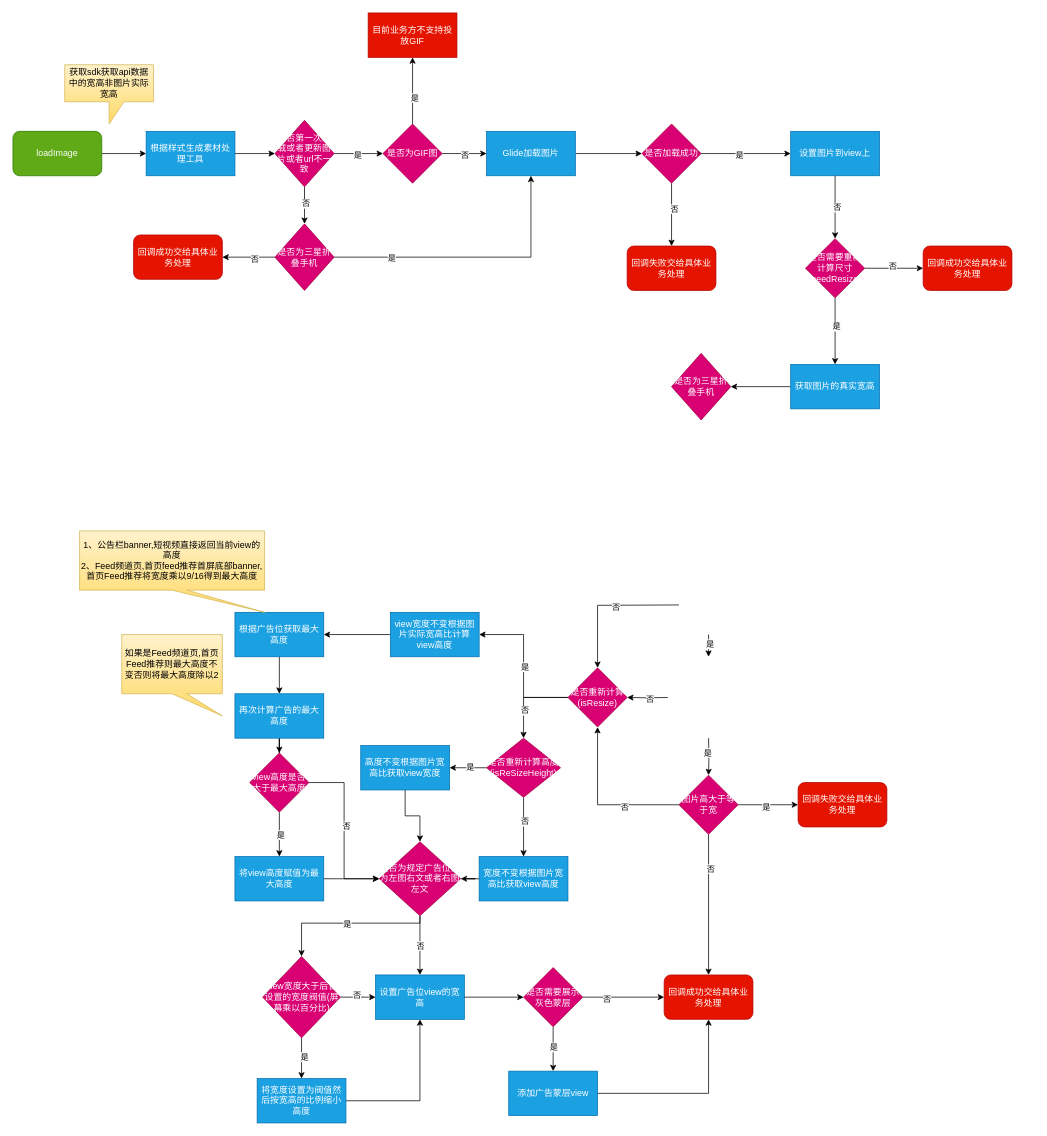
The draw.io diagram moji/广告位图片渲染新流程.drawio in HengqianSong/drawIO, before the edit. Source tidied: cells renumbered, new cells numbered last; positions are measured from the earlier drawing's top-left corner, leaving out a move shared by most shapes. Both pictures are drawn from the tidied source at 74%, with x=0, y=0 at pixel (13, 13).
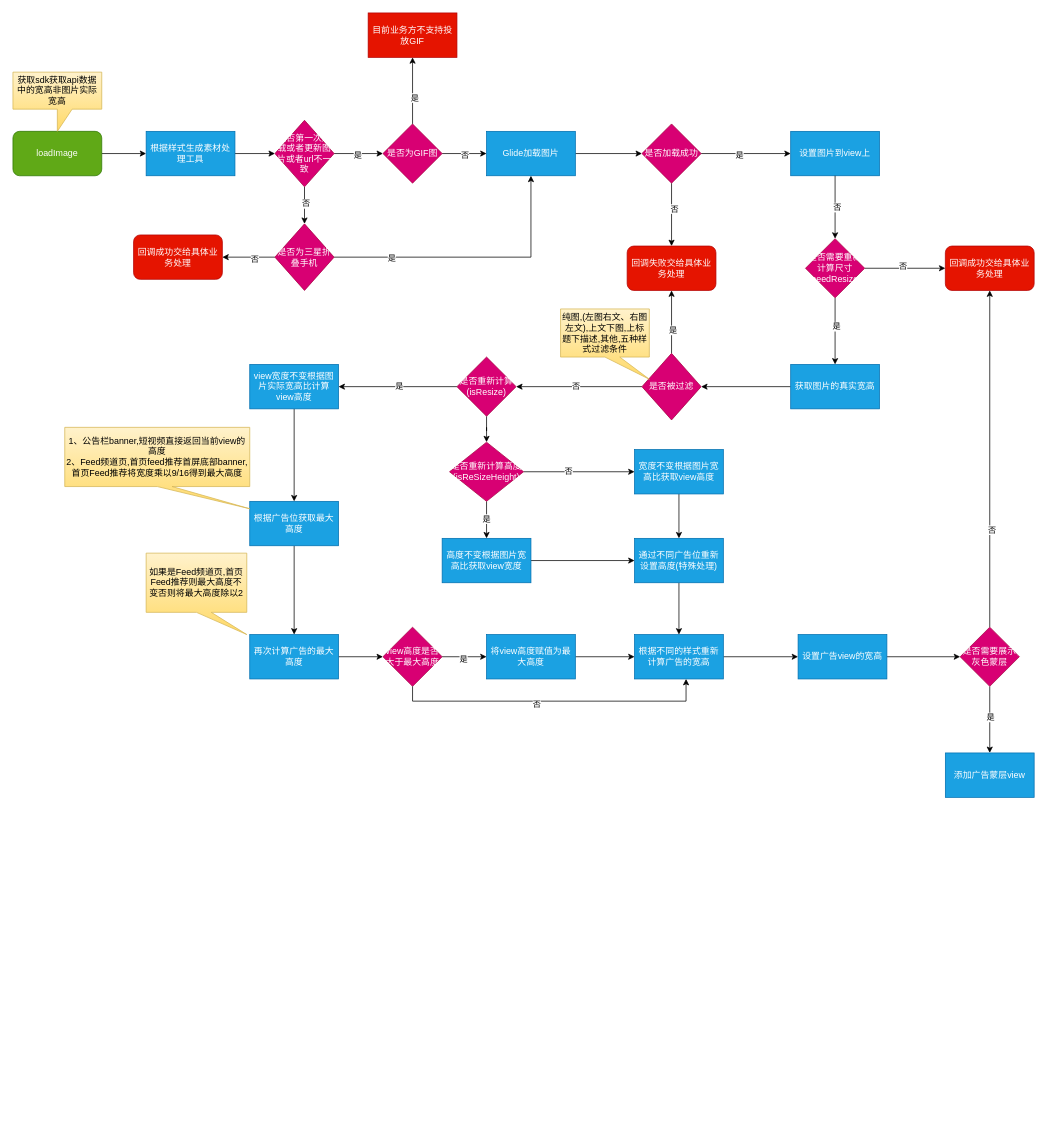
The same diagram, later.

Commit message:
更新广告位图片渲染新流程.drawio

Unchanged cells that the change refers to:
```xml
<mxCell id="107" value="回调失败交给具体业务处理" style="rounded=1;whiteSpace=wrap;html=1;fillColor=#e51400;fontColor=#ffffff;strokeColor=#B20000;" parent="1" vertex="1">
  <mxGeometry x="830" y="315" width="120" height="60" as="geometry" />
</mxCell>
```

The edit, as a diff of the source:
```diff
@@
     <mxCell id="9" value="获取sdk获取api数据中的宽高非图片实际宽高" style="shape=callout;whiteSpace=wrap;html=1;perimeter=calloutPerimeter;fillColor=#fff2cc;strokeColor=#d6b656;gradientColor=#ffd966;" parent="1" vertex="1">
-      <mxGeometry x="70" y="70" width="120" height="80" as="geometry" />
+      <mxGeometry y="80" width="120" height="80" as="geometry" />
     </mxCell>
@@
     <mxCell id="31" value="回调成功交给具体业务处理" style="whiteSpace=wrap;html=1;rounded=1;fillColor=#e51400;fontColor=#ffffff;strokeColor=#B20000;" parent="1" vertex="1">
-      <mxGeometry x="1230" y="315" width="120" height="60" as="geometry" />
+      <mxGeometry x="1260" y="315" width="120" height="60" as="geometry" />
     </mxCell>
@@
-    <mxCell id="34" style="edgeStyle=orthogonalEdgeStyle;rounded=0;orthogonalLoop=1;jettySize=auto;html=1;" parent="1" edge="1">
-      <mxGeometry relative="1" as="geometry">
-        <mxPoint x="940" y="840" as="sourcePoint" />
-        <mxPoint x="940" y="870" as="targetPoint" />
-      </mxGeometry>
-    </mxCell>
-    <mxCell id="35" value="是" style="edgeLabel;html=1;align=center;verticalAlign=middle;" parent="34" vertex="1">
-      <mxGeometry x="-0.17" y="1" relative="1" as="geometry" />
-    </mxCell>
-    <mxCell id="36" style="edgeStyle=orthogonalEdgeStyle;rounded=0;jettySize=auto;html=1;entryX=0.5;entryY=0;entryDx=0;entryDy=0;" parent="1" edge="1" target="54">
-      <mxGeometry relative="1" as="geometry">
-        <mxPoint x="900" y="800" as="sourcePoint" />
-      </mxGeometry>
-    </mxCell>
-    <mxCell id="37" value="否" style="edgeLabel;html=1;align=center;verticalAlign=middle;" parent="36" vertex="1">
-      <mxGeometry x="-0.12" y="2" relative="1" as="geometry" />
-    </mxCell>
-    <mxCell id="38" style="edgeStyle=orthogonalEdgeStyle;rounded=0;jettySize=auto;html=1;" parent="1" edge="1" target="49">
-      <mxGeometry relative="1" as="geometry">
-        <mxPoint x="940" y="980" as="sourcePoint" />
-      </mxGeometry>
-    </mxCell>
-    <mxCell id="39" value="是" style="edgeLabel;html=1;align=center;verticalAlign=middle;" parent="38" vertex="1">
-      <mxGeometry x="-0.24" y="-2" relative="1" as="geometry" />
-    </mxCell>
-    <mxCell id="40" style="edgeStyle=orthogonalEdgeStyle;rounded=0;jettySize=auto;html=1;" parent="1" edge="1" target="54">
-      <mxGeometry relative="1" as="geometry">
-        <mxPoint x="885" y="925" as="sourcePoint" />
-      </mxGeometry>
-    </mxCell>
-    <mxCell id="41" value="否" style="edgeLabel;html=1;align=center;verticalAlign=middle;" parent="40" vertex="1">
-      <mxGeometry x="-0.12" y="1" relative="1" as="geometry">
-        <mxPoint x="-1" as="offset" />
-      </mxGeometry>
-    </mxCell>
-    <mxCell id="42" value="回调失败交给具体业务处理" style="rounded=1;whiteSpace=wrap;html=1;fillColor=#e51400;fontColor=#ffffff;strokeColor=#B20000;" parent="1" vertex="1">
-      <mxGeometry x="1061" y="1040" width="120" height="60" as="geometry" />
-    </mxCell>
-    <mxCell id="43" style="edgeStyle=orthogonalEdgeStyle;rounded=0;jettySize=auto;html=1;" parent="1" edge="1" source="49" target="42">
-      <mxGeometry relative="1" as="geometry" />
-    </mxCell>
-    <mxCell id="44" value="是" style="edgeLabel;html=1;align=center;verticalAlign=middle;" parent="43" vertex="1">
-      <mxGeometry x="-0.08" y="-3" relative="1" as="geometry" />
-    </mxCell>
-    <mxCell id="45" style="edgeStyle=orthogonalEdgeStyle;rounded=0;jettySize=auto;html=1;entryX=0.5;entryY=1;entryDx=0;entryDy=0;" parent="1" edge="1" source="49" target="54">
-      <mxGeometry relative="1" as="geometry" />
-    </mxCell>
-    <mxCell id="46" value="否" style="edgeLabel;html=1;align=center;verticalAlign=middle;" parent="45" vertex="1">
-      <mxGeometry x="-0.32" y="2" relative="1" as="geometry">
-        <mxPoint x="-1" as="offset" />
-      </mxGeometry>
-    </mxCell>
-    <mxCell id="47" style="edgeStyle=orthogonalEdgeStyle;rounded=0;jettySize=auto;html=1;" parent="1" edge="1" source="49" target="97">
-      <mxGeometry relative="1" as="geometry" />
-    </mxCell>
-    <mxCell id="48" value="否" style="edgeLabel;html=1;align=center;verticalAlign=middle;" parent="47" vertex="1">
-      <mxGeometry x="-0.52" y="2" relative="1" as="geometry" />
-    </mxCell>
-    <mxCell id="49" value="图片高大于等于宽" style="rhombus;whiteSpace=wrap;html=1;rounded=0;fillColor=#d80073;fontColor=#ffffff;strokeColor=#A50040;" parent="1" vertex="1">
-      <mxGeometry x="900" y="1030" width="80" height="80" as="geometry" />
-    </mxCell>
@@
-    <mxCell id="52" style="edgeStyle=orthogonalEdgeStyle;rounded=0;jettySize=auto;html=1;entryX=0.5;entryY=0;entryDx=0;entryDy=0;" parent="1" edge="1" source="54" target="74">
+    <mxCell id="52" style="edgeStyle=orthogonalEdgeStyle;rounded=0;jettySize=auto;html=1;" parent="1" edge="1" source="54" target="74">
       <mxGeometry relative="1" as="geometry" />
     </mxCell>
-    <mxCell id="53" value="否" style="edgeLabel;html=1;align=center;verticalAlign=middle;" parent="52" vertex="1">
-      <mxGeometry x="0.34" y="1" relative="1" as="geometry" />
-    </mxCell>
     <mxCell id="54" value="是否重新计算(isResize)" style="rhombus;whiteSpace=wrap;html=1;fillColor=#d80073;fontColor=#ffffff;strokeColor=#A50040;" parent="1" vertex="1">
-      <mxGeometry x="750" y="885" width="80" height="80" as="geometry" />
+      <mxGeometry x="600" y="465" width="80" height="80" as="geometry" />
     </mxCell>
@@
     <mxCell id="56" value="view宽度不变根据图片实际宽高比计算view高度" style="rounded=0;whiteSpace=wrap;html=1;fillColor=#1ba1e2;fontColor=#ffffff;strokeColor=#006EAF;" parent="1" vertex="1">
-      <mxGeometry x="510" y="810" width="120" height="60" as="geometry" />
+      <mxGeometry x="320" y="475" width="120" height="60" as="geometry" />
     </mxCell>
@@
     <mxCell id="58" value="根据广告位获取最大高度" style="rounded=0;whiteSpace=wrap;html=1;fillColor=#1ba1e2;fontColor=#ffffff;strokeColor=#006EAF;" parent="1" vertex="1">
-      <mxGeometry x="300" y="810" width="120" height="60" as="geometry" />
+      <mxGeometry x="320" y="660" width="120" height="60" as="geometry" />
     </mxCell>
     <mxCell id="59" value="1、公告栏banner,短视频直接返回当前view的高度&lt;div&gt;2、Feed频道页,首页feed推荐首屏底部banner,首页Feed推荐将宽度乘以9/16得到最大高度&lt;/div&gt;" style="shape=callout;whiteSpace=wrap;html=1;perimeter=calloutPerimeter;position2=1;fillColor=#fff2cc;gradientColor=#ffd966;strokeColor=#d6b656;" parent="1" vertex="1">
-      <mxGeometry x="90" y="700" width="250" height="110" as="geometry" />
+      <mxGeometry x="70" y="560" width="250" height="110" as="geometry" />
     </mxCell>
@@
     <mxCell id="61" value="再次计算广告的最大高度" style="rounded=0;whiteSpace=wrap;html=1;fillColor=#1ba1e2;fontColor=#ffffff;strokeColor=#006EAF;" parent="1" vertex="1">
-      <mxGeometry x="300" y="920" width="120" height="60" as="geometry" />
+      <mxGeometry x="320" y="840" width="120" height="60" as="geometry" />
     </mxCell>
     <mxCell id="62" value="如果是Feed频道页,首页Feed推荐则最大高度不变否则将最大高度除以2" style="shape=callout;whiteSpace=wrap;html=1;perimeter=calloutPerimeter;position2=1;fillColor=#fff2cc;gradientColor=#ffd966;strokeColor=#d6b656;" parent="1" vertex="1">
-      <mxGeometry x="147" y="840" width="136" height="110" as="geometry" />
+      <mxGeometry x="180" y="730" width="136" height="110" as="geometry" />
     </mxCell>
-    <mxCell id="63" style="edgeStyle=orthogonalEdgeStyle;rounded=0;jettySize=auto;html=1;" parent="1" edge="1" source="67" target="69">
+    <mxCell id="63" style="edgeStyle=orthogonalEdgeStyle;rounded=0;jettySize=auto;html=1;entryX=0;entryY=0.5;entryDx=0;entryDy=0;" parent="1" edge="1" source="67" target="69">
       <mxGeometry relative="1" as="geometry" />
     </mxCell>
-    <mxCell id="64" value="是" style="edgeLabel;html=1;align=center;verticalAlign=middle;" parent="63" vertex="1">
-      <mxGeometry y="1" relative="1" as="geometry" />
-    </mxCell>
-    <mxCell id="65" style="edgeStyle=orthogonalEdgeStyle;rounded=0;jettySize=auto;html=1;entryX=0;entryY=0.5;entryDx=0;entryDy=0;" parent="1" edge="1" source="67" target="83">
-      <mxGeometry relative="1" as="geometry" />
-    </mxCell>
-    <mxCell id="66" value="否" style="edgeLabel;html=1;align=center;verticalAlign=middle;" parent="65" vertex="1">
-      <mxGeometry x="-0.07" y="3" relative="1" as="geometry">
-        <mxPoint y="1" as="offset" />
-      </mxGeometry>
-    </mxCell>
+    <mxCell id="111" value="是" style="edgeLabel;html=1;align=center;verticalAlign=middle;" parent="63" vertex="1">
+      <mxGeometry x="-0.06" y="-2" relative="1" as="geometry" />
+    </mxCell>
     <mxCell id="67" value="view高度是否大于最大高度" style="rhombus;whiteSpace=wrap;html=1;rounded=0;fillColor=#d80073;fontColor=#ffffff;strokeColor=#A50040;" parent="1" vertex="1">
-      <mxGeometry x="320" y="1000" width="80" height="80" as="geometry" />
+      <mxGeometry x="500" y="830" width="80" height="80" as="geometry" />
     </mxCell>
-    <mxCell id="68" style="edgeStyle=orthogonalEdgeStyle;rounded=0;jettySize=auto;html=1;" parent="1" edge="1" source="69" target="83">
-      <mxGeometry relative="1" as="geometry" />
-    </mxCell>
+    <mxCell id="112" style="edgeStyle=orthogonalEdgeStyle;rounded=0;jettySize=auto;html=1;" parent="1" edge="1" source="69" target="123">
+      <mxGeometry relative="1" as="geometry" />
+    </mxCell>
     <mxCell id="69" value="将view高度赋值为最大高度" style="whiteSpace=wrap;html=1;rounded=0;fillColor=#1ba1e2;fontColor=#ffffff;strokeColor=#006EAF;" parent="1" vertex="1">
-      <mxGeometry x="300" y="1140" width="120" height="60" as="geometry" />
+      <mxGeometry x="640" y="840" width="120" height="60" as="geometry" />
     </mxCell>
@@
     <mxCell id="74" value="是否重新计算高度(isReSizeHeight)" style="rhombus;whiteSpace=wrap;html=1;fillColor=#d80073;fontColor=#ffffff;strokeColor=#A50040;" parent="1" vertex="1">
-      <mxGeometry x="640" y="980" width="100" height="80" as="geometry" />
+      <mxGeometry x="590" y="580" width="100" height="80" as="geometry" />
     </mxCell>
-    <mxCell id="75" style="edgeStyle=orthogonalEdgeStyle;rounded=0;jettySize=auto;html=1;" parent="1" edge="1" source="76" target="83">
-      <mxGeometry relative="1" as="geometry" />
-    </mxCell>
+    <mxCell id="113" style="edgeStyle=orthogonalEdgeStyle;rounded=0;jettySize=auto;html=1;" parent="1" edge="1" source="76" target="121">
+      <mxGeometry relative="1" as="geometry" />
+    </mxCell>
     <mxCell id="76" value="高度不变根据图片宽高比获取view宽度" style="whiteSpace=wrap;html=1;fillColor=#1ba1e2;fontColor=#ffffff;strokeColor=#006EAF;" parent="1" vertex="1">
-      <mxGeometry x="470" y="990" width="120" height="60" as="geometry" />
+      <mxGeometry x="580" y="710" width="120" height="60" as="geometry" />
     </mxCell>
-    <mxCell id="77" style="edgeStyle=orthogonalEdgeStyle;rounded=0;jettySize=auto;html=1;" parent="1" edge="1" source="78" target="83">
-      <mxGeometry relative="1" as="geometry" />
-    </mxCell>
+    <mxCell id="114" style="edgeStyle=orthogonalEdgeStyle;rounded=0;jettySize=auto;html=1;" parent="1" edge="1" source="78" target="121">
+      <mxGeometry relative="1" as="geometry" />
+    </mxCell>
     <mxCell id="78" value="宽度不变根据图片宽高比获取view高度" style="whiteSpace=wrap;html=1;fillColor=#1ba1e2;fontColor=#ffffff;strokeColor=#006EAF;" parent="1" vertex="1">
-      <mxGeometry x="630" y="1140" width="120" height="60" as="geometry" />
+      <mxGeometry x="840" y="590" width="120" height="60" as="geometry" />
     </mxCell>
-    <mxCell id="79" style="edgeStyle=orthogonalEdgeStyle;rounded=0;jettySize=auto;html=1;" parent="1" edge="1" source="83" target="88">
-      <mxGeometry relative="1" as="geometry">
-        <Array as="points">
-          <mxPoint x="550" y="1230" />
-          <mxPoint x="390" y="1230" />
-        </Array>
-      </mxGeometry>
-    </mxCell>
-    <mxCell id="80" value="是" style="edgeLabel;html=1;align=center;verticalAlign=middle;" parent="79" vertex="1">
-      <mxGeometry x="0.01" y="1" relative="1" as="geometry" />
-    </mxCell>
-    <mxCell id="81" style="edgeStyle=orthogonalEdgeStyle;rounded=0;jettySize=auto;html=1;" parent="1" edge="1" source="83" target="91">
-      <mxGeometry relative="1" as="geometry" />
-    </mxCell>
-    <mxCell id="82" value="否" style="edgeLabel;html=1;align=center;verticalAlign=middle;" parent="81" vertex="1">
-      <mxGeometry x="-0.49" y="1" relative="1" as="geometry">
-        <mxPoint x="-1" y="20" as="offset" />
-      </mxGeometry>
-    </mxCell>
-    <mxCell id="83" value="是否为规定广告位且为左图右文或者右图左文" style="rhombus;whiteSpace=wrap;html=1;fillColor=#d80073;fontColor=#ffffff;strokeColor=#A50040;" parent="1" vertex="1">
-      <mxGeometry x="495" y="1120" width="110" height="100" as="geometry" />
-    </mxCell>
-    <mxCell id="84" style="edgeStyle=orthogonalEdgeStyle;rounded=0;jettySize=auto;html=1;" parent="1" edge="1" source="88" target="90">
-      <mxGeometry relative="1" as="geometry" />
-    </mxCell>
-    <mxCell id="85" value="是" style="edgeLabel;html=1;align=center;verticalAlign=middle;" parent="84" vertex="1">
-      <mxGeometry x="-0.1" y="3" relative="1" as="geometry" />
-    </mxCell>
-    <mxCell id="86" style="edgeStyle=orthogonalEdgeStyle;rounded=0;jettySize=auto;html=1;" parent="1" edge="1" source="88" target="91">
-      <mxGeometry relative="1" as="geometry" />
-    </mxCell>
-    <mxCell id="87" value="否" style="edgeLabel;html=1;align=center;verticalAlign=middle;" parent="86" vertex="1">
-      <mxGeometry x="-0.09" y="3" relative="1" as="geometry" />
-    </mxCell>
-    <mxCell id="88" value="view宽度大于后台设置的宽度阀值(屏幕乘以百分比)" style="rhombus;whiteSpace=wrap;html=1;fillColor=#d80073;fontColor=#ffffff;strokeColor=#A50040;" parent="1" vertex="1">
-      <mxGeometry x="337.5" y="1275" width="105" height="110" as="geometry" />
-    </mxCell>
-    <mxCell id="89" style="edgeStyle=orthogonalEdgeStyle;rounded=0;jettySize=auto;html=1;entryX=0.5;entryY=1;entryDx=0;entryDy=0;" parent="1" edge="1" source="90" target="91">
-      <mxGeometry relative="1" as="geometry">
-        <Array as="points">
-          <mxPoint x="550" y="1470" />
-        </Array>
-      </mxGeometry>
-    </mxCell>
-    <mxCell id="90" value="将宽度设置为阀值然后按宽高的比例缩小高度" style="rounded=0;whiteSpace=wrap;html=1;fillColor=#1ba1e2;fontColor=#ffffff;strokeColor=#006EAF;" parent="1" vertex="1">
-      <mxGeometry x="330" y="1440" width="120" height="60" as="geometry" />
-    </mxCell>
-    <mxCell id="91" value="设置广告位view的宽高" style="rounded=0;whiteSpace=wrap;html=1;fillColor=#1ba1e2;fontColor=#ffffff;strokeColor=#006EAF;" parent="1" vertex="1">
-      <mxGeometry x="490" y="1300" width="120" height="60" as="geometry" />
-    </mxCell>
-    <mxCell id="92" style="edgeStyle=orthogonalEdgeStyle;rounded=0;jettySize=auto;html=1;" parent="1" edge="1" source="96" target="97">
+    <mxCell id="92" style="edgeStyle=orthogonalEdgeStyle;rounded=0;jettySize=auto;html=1;entryX=0.5;entryY=1;entryDx=0;entryDy=0;" parent="1" edge="1" source="96" target="31">
       <mxGeometry relative="1" as="geometry" />
     </mxCell>
@@
     <mxCell id="96" value="是否需要展示灰色蒙层" style="rhombus;whiteSpace=wrap;html=1;rounded=0;fillColor=#d80073;fontColor=#ffffff;strokeColor=#A50040;" parent="1" vertex="1">
-      <mxGeometry x="690" y="1290" width="80" height="80" as="geometry" />
+      <mxGeometry x="1280" y="830" width="80" height="80" as="geometry" />
     </mxCell>
-    <mxCell id="97" value="回调成功交给具体业务处理" style="whiteSpace=wrap;html=1;rounded=1;fillColor=#e51400;fontColor=#ffffff;strokeColor=#B20000;rotation=0;" parent="1" vertex="1">
-      <mxGeometry x="880" y="1300" width="120" height="60" as="geometry" />
-    </mxCell>
-    <mxCell id="98" style="edgeStyle=orthogonalEdgeStyle;rounded=0;jettySize=auto;html=1;" parent="1" edge="1" source="100" target="97">
-      <mxGeometry relative="1" as="geometry" />
-    </mxCell>
-    <mxCell id="99" style="edgeStyle=orthogonalEdgeStyle;rounded=0;jettySize=auto;html=1;entryX=0;entryY=0.5;entryDx=0;entryDy=0;" parent="1" edge="1" source="91" target="96">
-      <mxGeometry relative="1" as="geometry" />
-    </mxCell>
     <mxCell id="100" value="添加广告蒙层view" style="whiteSpace=wrap;html=1;rounded=0;fillColor=#1ba1e2;fontColor=#ffffff;strokeColor=#006EAF;" parent="1" vertex="1">
-      <mxGeometry x="670" y="1430" width="120" height="60" as="geometry" />
+      <mxGeometry x="1260" y="1000" width="120" height="60" as="geometry" />
     </mxCell>
@@
+    <mxCell id="115" style="edgeStyle=orthogonalEdgeStyle;rounded=0;jettySize=auto;html=1;entryX=0.5;entryY=1;entryDx=0;entryDy=0;" parent="1" edge="1" source="110" target="107">
+      <mxGeometry relative="1" as="geometry" />
+    </mxCell>
+    <mxCell id="116" value="是" style="edgeLabel;html=1;align=center;verticalAlign=middle;" parent="115" vertex="1">
+      <mxGeometry x="-0.25" y="-1" relative="1" as="geometry" />
+    </mxCell>
+    <mxCell id="117" style="edgeStyle=orthogonalEdgeStyle;rounded=0;jettySize=auto;html=1;" parent="1" edge="1" source="110" target="54">
+      <mxGeometry relative="1" as="geometry" />
+    </mxCell>
+    <mxCell id="118" value="否" style="edgeLabel;html=1;align=center;verticalAlign=middle;" parent="117" vertex="1">
+      <mxGeometry x="0.06" y="-1" relative="1" as="geometry" />
+    </mxCell>
-    <mxCell id="110" value="是否为三星折叠手机" style="rhombus;whiteSpace=wrap;html=1;fillColor=#d80073;fontColor=#ffffff;strokeColor=#A50040;" parent="1" vertex="1">
-      <mxGeometry x="890" y="460" width="80" height="90" as="geometry" />
+    <mxCell id="110" value="是否被过滤" style="rhombus;whiteSpace=wrap;html=1;fillColor=#d80073;fontColor=#ffffff;strokeColor=#A50040;" parent="1" vertex="1">
+      <mxGeometry x="850" y="460" width="80" height="90" as="geometry" />
     </mxCell>
+    <mxCell id="119" value="纯图,(左图右文、右图左文),上文下图,上标题下描述,其他,五种样式过滤条件" style="shape=callout;whiteSpace=wrap;html=1;perimeter=calloutPerimeter;fillColor=#fff2cc;strokeColor=#d6b656;gradientColor=#ffd966;position2=1;" parent="1" vertex="1">
+      <mxGeometry x="740" y="400" width="120" height="95" as="geometry" />
+    </mxCell>
+    <mxCell id="120" style="edgeStyle=orthogonalEdgeStyle;rounded=0;jettySize=auto;html=1;" parent="1" edge="1" source="121" target="123">
+      <mxGeometry relative="1" as="geometry" />
+    </mxCell>
+    <mxCell id="121" value="通过不同广告位重新设置高度(特殊处理)" style="whiteSpace=wrap;html=1;fillColor=#1ba1e2;fontColor=#ffffff;strokeColor=#006EAF;" parent="1" vertex="1">
+      <mxGeometry x="840" y="710" width="120" height="60" as="geometry" />
+    </mxCell>
+    <mxCell id="122" style="edgeStyle=orthogonalEdgeStyle;rounded=0;jettySize=auto;html=1;" parent="1" edge="1" source="123" target="127">
+      <mxGeometry relative="1" as="geometry" />
+    </mxCell>
+    <mxCell id="123" value="根据不同的样式重新计算广告的宽高" style="whiteSpace=wrap;html=1;fillColor=#1ba1e2;fontColor=#ffffff;strokeColor=#006EAF;" parent="1" vertex="1">
+      <mxGeometry x="840" y="840" width="120" height="60" as="geometry" />
+    </mxCell>
+    <mxCell id="124" style="edgeStyle=orthogonalEdgeStyle;rounded=0;jettySize=auto;html=1;entryX=0.58;entryY=1;entryDx=0;entryDy=0;entryPerimeter=0;exitX=0.5;exitY=1;exitDx=0;exitDy=0;" parent="1" edge="1" source="67" target="123">
+      <mxGeometry relative="1" as="geometry" />
+    </mxCell>
+    <mxCell id="125" value="否" style="edgeLabel;html=1;align=center;verticalAlign=middle;" parent="124" vertex="1">
+      <mxGeometry x="-0.11" y="-4" relative="1" as="geometry" />
+    </mxCell>
+    <mxCell id="126" style="edgeStyle=orthogonalEdgeStyle;rounded=0;jettySize=auto;html=1;" parent="1" edge="1" source="127" target="96">
+      <mxGeometry relative="1" as="geometry" />
+    </mxCell>
+    <mxCell id="127" value="设置广告view的宽高" style="whiteSpace=wrap;html=1;fillColor=#1ba1e2;fontColor=#ffffff;strokeColor=#006EAF;" parent="1" vertex="1">
+      <mxGeometry x="1061" y="840" width="120" height="60" as="geometry" />
+    </mxCell>
```
